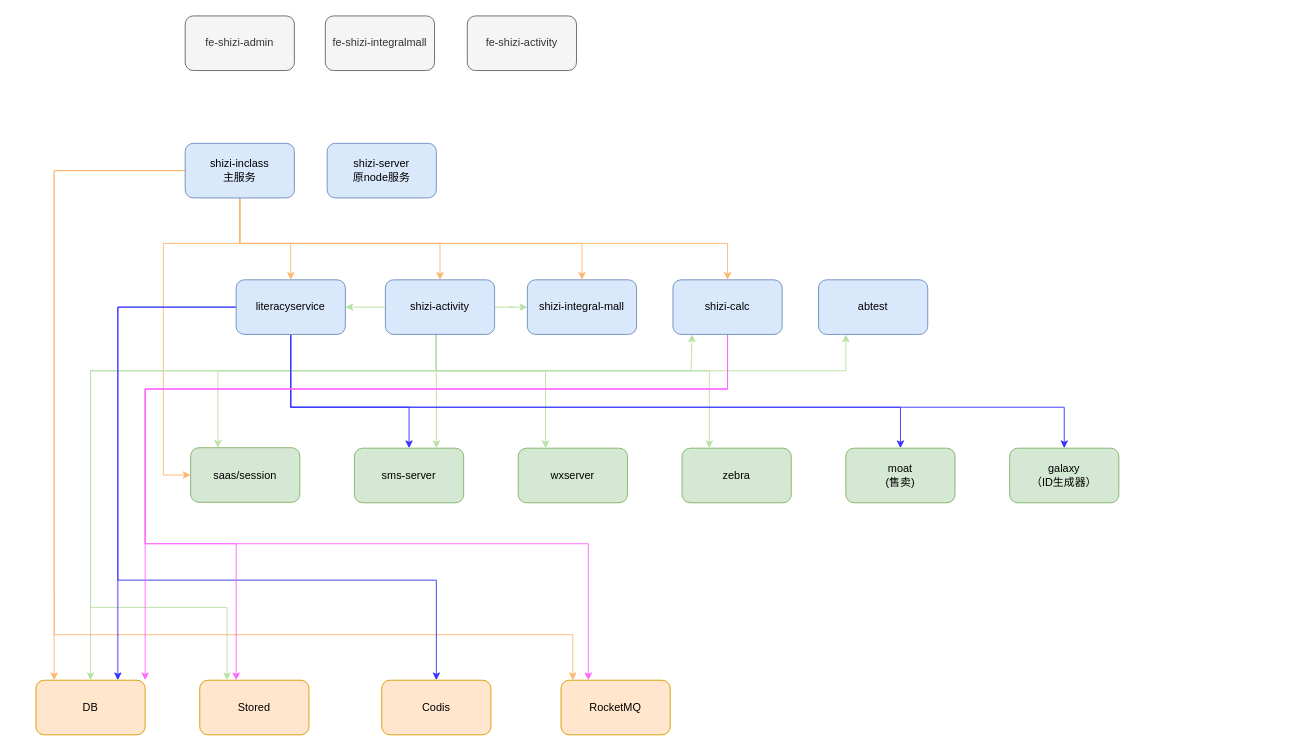
Before: 双云房置图.drawio in wgyuuu/flow_chart, a draw.io diagram. Source tidied: cells renumbered, new cells numbered last; positions are measured from the earlier drawing's top-left corner, leaving out a move shared by most shapes. Both pictures are drawn from the tidied source at 91%, with x=0, y=0 at pixel (35, 15).
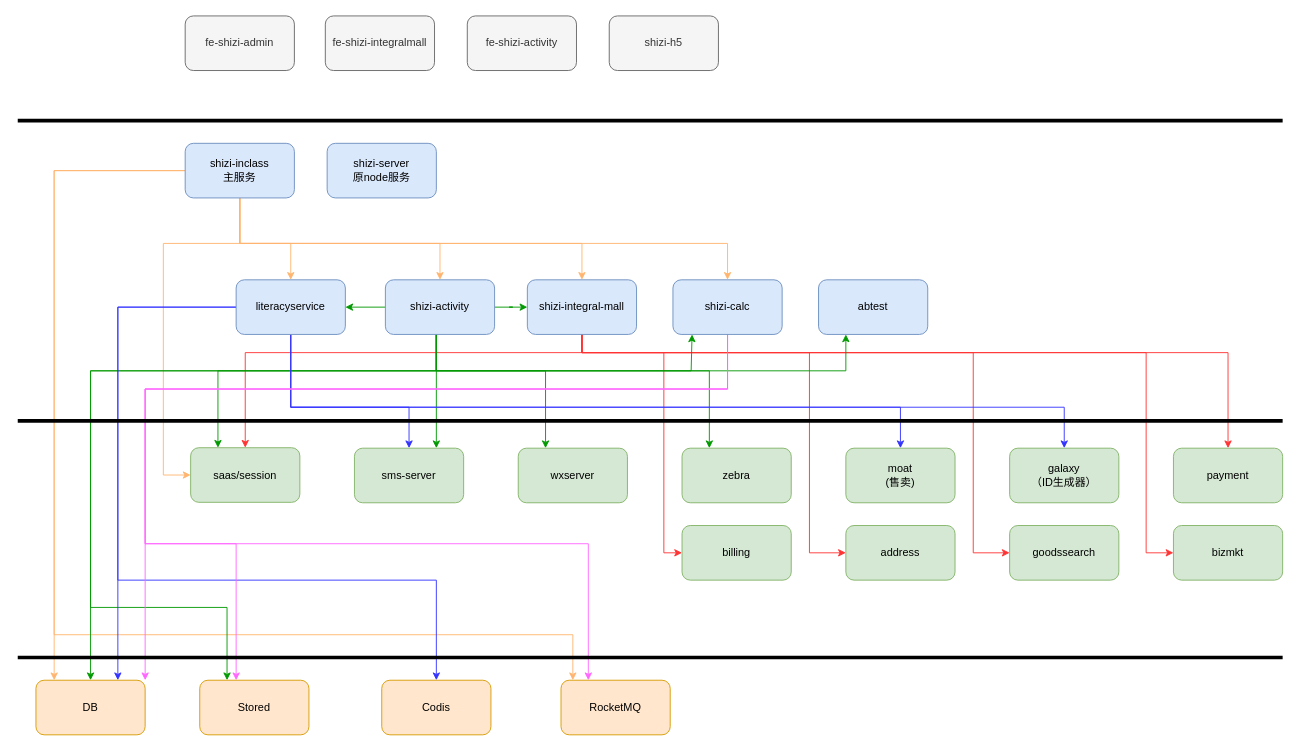
The same diagram, later.

Commit message (it also covers changes not shown here):
Update 双云房置图.drawio

Unchanged cells that the change refers to:
```xml
<mxCell id="11" value="shizi-integral-mall" style="rounded=1;whiteSpace=wrap;html=1;fillColor=#dae8fc;strokeColor=#6c8ebf;" parent="1" vertex="1">
  <mxGeometry x="540" y="290" width="120" height="60" as="geometry" />
</mxCell>
<mxCell id="22" value="shizi-activity" style="rounded=1;whiteSpace=wrap;html=1;fillColor=#dae8fc;strokeColor=#6c8ebf;" parent="1" vertex="1">
  <mxGeometry x="384" y="290" width="120" height="60" as="geometry" />
</mxCell>
<mxCell id="26" value="saas/session" style="rounded=1;whiteSpace=wrap;html=1;fillColor=#d5e8d4;strokeColor=#82b366;" parent="1" vertex="1">
  <mxGeometry x="170" y="474.5" width="120" height="60" as="geometry" />
</mxCell>
<mxCell id="32" value="literacyservice" style="rounded=1;whiteSpace=wrap;html=1;fillColor=#dae8fc;strokeColor=#6c8ebf;" parent="1" vertex="1">
  <mxGeometry x="220" y="290" width="120" height="60" as="geometry" />
</mxCell>
<mxCell id="36" value="shizi-calc" style="rounded=1;whiteSpace=wrap;html=1;fillColor=#dae8fc;strokeColor=#6c8ebf;" parent="1" vertex="1">
  <mxGeometry x="700" y="290" width="120" height="60" as="geometry" />
</mxCell>
<mxCell id="37" value="DB" style="rounded=1;whiteSpace=wrap;html=1;fillColor=#ffe6cc;strokeColor=#d79b00;" parent="1" vertex="1">
  <mxGeometry y="730" width="120" height="60" as="geometry" />
</mxCell>
<mxCell id="38" value="Stored" style="rounded=1;whiteSpace=wrap;html=1;fillColor=#ffe6cc;strokeColor=#d79b00;" parent="1" vertex="1">
  <mxGeometry x="180" y="730" width="120" height="60" as="geometry" />
</mxCell>
<mxCell id="41" value="sms-server" style="rounded=1;whiteSpace=wrap;html=1;fillColor=#d5e8d4;strokeColor=#82b366;" parent="1" vertex="1">
  <mxGeometry x="350" y="475" width="120" height="60" as="geometry" />
</mxCell>
<mxCell id="42" value="wxserver" style="rounded=1;whiteSpace=wrap;html=1;fillColor=#d5e8d4;strokeColor=#82b366;" parent="1" vertex="1">
  <mxGeometry x="530" y="475" width="120" height="60" as="geometry" />
</mxCell>
<mxCell id="43" value="abtest" style="rounded=1;whiteSpace=wrap;html=1;fillColor=#dae8fc;strokeColor=#6c8ebf;" parent="1" vertex="1">
  <mxGeometry x="860" y="290" width="120" height="60" as="geometry" />
</mxCell>
<mxCell id="44" value="zebra" style="rounded=1;whiteSpace=wrap;html=1;fillColor=#d5e8d4;strokeColor=#82b366;" parent="1" vertex="1">
  <mxGeometry x="710" y="475" width="120" height="60" as="geometry" />
</mxCell>
```

The edit, as a diff of the source:
```diff
@@
+    <mxCell id="47" style="edgeStyle=orthogonalEdgeStyle;rounded=0;jettySize=auto;html=1;entryX=0.5;entryY=0;entryDx=0;entryDy=0;strokeColor=#FF3333;" parent="1" edge="1" source="11" target="26">
+      <mxGeometry relative="1" as="geometry">
+        <Array as="points">
+          <mxPoint x="600" y="370" />
+          <mxPoint x="230" y="370" />
+        </Array>
+      </mxGeometry>
+    </mxCell>
+    <mxCell id="48" style="edgeStyle=orthogonalEdgeStyle;rounded=0;jettySize=auto;html=1;strokeColor=#FF3333;" parent="1" edge="1" source="11" target="53">
+      <mxGeometry relative="1" as="geometry">
+        <Array as="points">
+          <mxPoint x="600" y="370" />
+          <mxPoint x="690" y="370" />
+          <mxPoint x="690" y="590" />
+        </Array>
+      </mxGeometry>
+    </mxCell>
+    <mxCell id="49" style="edgeStyle=orthogonalEdgeStyle;rounded=0;jettySize=auto;html=1;entryX=0;entryY=0.5;entryDx=0;entryDy=0;strokeColor=#FF3333;" parent="1" edge="1" source="11" target="54">
+      <mxGeometry relative="1" as="geometry">
+        <Array as="points">
+          <mxPoint x="600" y="370" />
+          <mxPoint x="850" y="370" />
+          <mxPoint x="850" y="590" />
+        </Array>
+      </mxGeometry>
+    </mxCell>
+    <mxCell id="50" style="edgeStyle=orthogonalEdgeStyle;rounded=0;jettySize=auto;html=1;entryX=0;entryY=0.5;entryDx=0;entryDy=0;strokeColor=#FF3333;" parent="1" edge="1" source="11" target="57">
+      <mxGeometry relative="1" as="geometry">
+        <Array as="points">
+          <mxPoint x="600" y="370" />
+          <mxPoint x="1030" y="370" />
+          <mxPoint x="1030" y="590" />
+        </Array>
+      </mxGeometry>
+    </mxCell>
+    <mxCell id="51" style="edgeStyle=orthogonalEdgeStyle;rounded=0;jettySize=auto;html=1;entryX=0.5;entryY=0;entryDx=0;entryDy=0;strokeColor=#FF3333;" parent="1" edge="1" source="11" target="55">
+      <mxGeometry relative="1" as="geometry">
+        <Array as="points">
+          <mxPoint x="600" y="370" />
+          <mxPoint x="1310" y="370" />
+        </Array>
+      </mxGeometry>
+    </mxCell>
+    <mxCell id="52" style="edgeStyle=orthogonalEdgeStyle;rounded=0;jettySize=auto;html=1;entryX=0;entryY=0.5;entryDx=0;entryDy=0;strokeColor=#FF3333;" parent="1" edge="1" source="11" target="56">
+      <mxGeometry relative="1" as="geometry">
+        <Array as="points">
+          <mxPoint x="600" y="370" />
+          <mxPoint x="1220" y="370" />
+          <mxPoint x="1220" y="590" />
+        </Array>
+      </mxGeometry>
+    </mxCell>
@@
-    <mxCell id="12" style="edgeStyle=orthogonalEdgeStyle;rounded=0;jettySize=auto;html=1;entryX=0.175;entryY=1;entryDx=0;entryDy=0;strokeColor=#B9E0A5;entryPerimeter=0;" parent="1" edge="1" source="22" target="36">
+    <mxCell id="12" style="edgeStyle=orthogonalEdgeStyle;rounded=0;jettySize=auto;html=1;entryX=0.175;entryY=1;entryDx=0;entryDy=0;entryPerimeter=0;strokeColor=#009900;" parent="1" edge="1" source="22" target="36">
       <mxGeometry relative="1" as="geometry">
         <Array as="points">
           <mxPoint x="440" y="390" />
           <mxPoint x="720" y="390" />
         </Array>
       </mxGeometry>
     </mxCell>
-    <mxCell id="13" style="edgeStyle=orthogonalEdgeStyle;rounded=0;jettySize=auto;html=1;entryX=0;entryY=0.5;entryDx=0;entryDy=0;strokeColor=#B9E0A5;" parent="1" edge="1" source="22" target="11">
+    <mxCell id="13" style="edgeStyle=orthogonalEdgeStyle;rounded=0;jettySize=auto;html=1;entryX=0;entryY=0.5;entryDx=0;entryDy=0;strokeColor=#009900;" parent="1" edge="1" source="22" target="11">
       <mxGeometry relative="1" as="geometry" />
     </mxCell>
-    <mxCell id="14" style="edgeStyle=orthogonalEdgeStyle;rounded=0;jettySize=auto;html=1;entryX=0.25;entryY=0;entryDx=0;entryDy=0;strokeColor=#B9E0A5;" parent="1" edge="1" source="22" target="26">
+    <mxCell id="14" style="edgeStyle=orthogonalEdgeStyle;rounded=0;jettySize=auto;html=1;entryX=0.25;entryY=0;entryDx=0;entryDy=0;strokeColor=#009900;" parent="1" edge="1" source="22" target="26">
       <mxGeometry relative="1" as="geometry">
         <Array as="points">
           <mxPoint x="440" y="390" />
           <mxPoint x="200" y="390" />
         </Array>
       </mxGeometry>
     </mxCell>
-    <mxCell id="15" style="edgeStyle=orthogonalEdgeStyle;rounded=0;jettySize=auto;html=1;strokeColor=#B9E0A5;entryX=0.75;entryY=0;entryDx=0;entryDy=0;" parent="1" edge="1" source="22" target="41">
+    <mxCell id="15" style="edgeStyle=orthogonalEdgeStyle;rounded=0;jettySize=auto;html=1;entryX=0.75;entryY=0;entryDx=0;entryDy=0;strokeColor=#009900;" parent="1" edge="1" source="22" target="41">
       <mxGeometry relative="1" as="geometry">
         <Array as="points">
           <mxPoint x="440" y="380" />
           <mxPoint x="440" y="380" />
         </Array>
       </mxGeometry>
     </mxCell>
-    <mxCell id="16" style="edgeStyle=orthogonalEdgeStyle;rounded=0;jettySize=auto;html=1;entryX=0.25;entryY=0;entryDx=0;entryDy=0;strokeColor=#B9E0A5;" parent="1" edge="1" source="22" target="42">
+    <mxCell id="16" style="edgeStyle=orthogonalEdgeStyle;rounded=0;jettySize=auto;html=1;entryX=0.25;entryY=0;entryDx=0;entryDy=0;strokeColor=#009900;" parent="1" edge="1" source="22" target="42">
       <mxGeometry relative="1" as="geometry">
         <Array as="points">
           <mxPoint x="440" y="390" />
           <mxPoint x="560" y="390" />
         </Array>
       </mxGeometry>
     </mxCell>
-    <mxCell id="17" style="edgeStyle=orthogonalEdgeStyle;rounded=0;jettySize=auto;html=1;strokeColor=#B9E0A5;" parent="1" edge="1" source="22" target="32">
+    <mxCell id="17" style="edgeStyle=orthogonalEdgeStyle;rounded=0;jettySize=auto;html=1;strokeColor=#009900;" parent="1" edge="1" source="22" target="32">
       <mxGeometry relative="1" as="geometry" />
     </mxCell>
-    <mxCell id="18" style="edgeStyle=orthogonalEdgeStyle;rounded=0;jettySize=auto;html=1;entryX=0.25;entryY=1;entryDx=0;entryDy=0;strokeColor=#B9E0A5;" parent="1" edge="1" source="22" target="43">
+    <mxCell id="18" style="edgeStyle=orthogonalEdgeStyle;rounded=0;jettySize=auto;html=1;entryX=0.25;entryY=1;entryDx=0;entryDy=0;strokeColor=#009900;" parent="1" edge="1" source="22" target="43">
       <mxGeometry relative="1" as="geometry">
         <Array as="points">
           <mxPoint x="440" y="390" />
           <mxPoint x="890" y="390" />
         </Array>
       </mxGeometry>
     </mxCell>
-    <mxCell id="19" style="edgeStyle=orthogonalEdgeStyle;rounded=0;jettySize=auto;html=1;entryX=0.25;entryY=0;entryDx=0;entryDy=0;strokeColor=#B9E0A5;" parent="1" edge="1" source="22" target="44">
+    <mxCell id="19" style="edgeStyle=orthogonalEdgeStyle;rounded=0;jettySize=auto;html=1;entryX=0.25;entryY=0;entryDx=0;entryDy=0;strokeColor=#009900;" parent="1" edge="1" source="22" target="44">
       <mxGeometry relative="1" as="geometry">
         <Array as="points">
           <mxPoint x="440" y="390" />
           <mxPoint x="740" y="390" />
         </Array>
       </mxGeometry>
     </mxCell>
-    <mxCell id="20" style="edgeStyle=orthogonalEdgeStyle;rounded=0;jettySize=auto;html=1;strokeColor=#B9E0A5;" parent="1" edge="1" source="22" target="37">
+    <mxCell id="20" style="edgeStyle=orthogonalEdgeStyle;rounded=0;jettySize=auto;html=1;strokeColor=#009900;" parent="1" edge="1" source="22" target="37">
       <mxGeometry relative="1" as="geometry">
         <Array as="points">
           <mxPoint x="440" y="390" />
           <mxPoint x="60" y="390" />
         </Array>
       </mxGeometry>
     </mxCell>
-    <mxCell id="21" style="edgeStyle=orthogonalEdgeStyle;rounded=0;jettySize=auto;html=1;entryX=0.25;entryY=0;entryDx=0;entryDy=0;strokeColor=#B9E0A5;" parent="1" edge="1" source="22" target="38">
+    <mxCell id="21" style="edgeStyle=orthogonalEdgeStyle;rounded=0;jettySize=auto;html=1;entryX=0.25;entryY=0;entryDx=0;entryDy=0;strokeColor=#009900;" parent="1" edge="1" source="22" target="38">
       <mxGeometry relative="1" as="geometry">
         <Array as="points">
           <mxPoint x="440" y="390" />
           <mxPoint x="60" y="390" />
           <mxPoint x="60" y="650" />
           <mxPoint x="210" y="650" />
         </Array>
       </mxGeometry>
     </mxCell>
@@
+    <mxCell id="53" value="billing" style="rounded=1;whiteSpace=wrap;html=1;fillColor=#d5e8d4;strokeColor=#82b366;" parent="1" vertex="1">
+      <mxGeometry x="710" y="560" width="120" height="60" as="geometry" />
+    </mxCell>
+    <mxCell id="54" value="address" style="rounded=1;whiteSpace=wrap;html=1;fillColor=#d5e8d4;strokeColor=#82b366;" parent="1" vertex="1">
+      <mxGeometry x="890" y="560" width="120" height="60" as="geometry" />
+    </mxCell>
+    <mxCell id="55" value="payment" style="rounded=1;whiteSpace=wrap;html=1;fillColor=#d5e8d4;strokeColor=#82b366;" parent="1" vertex="1">
+      <mxGeometry x="1250" y="475" width="120" height="60" as="geometry" />
+    </mxCell>
+    <mxCell id="56" value="bizmkt" style="rounded=1;whiteSpace=wrap;html=1;fillColor=#d5e8d4;strokeColor=#82b366;" parent="1" vertex="1">
+      <mxGeometry x="1250" y="560" width="120" height="60" as="geometry" />
+    </mxCell>
+    <mxCell id="57" value="goodssearch" style="rounded=1;whiteSpace=wrap;html=1;fillColor=#d5e8d4;strokeColor=#82b366;" parent="1" vertex="1">
+      <mxGeometry x="1070" y="560" width="120" height="60" as="geometry" />
+    </mxCell>
+    <mxCell id="58" value="shizi-h5" style="rounded=1;whiteSpace=wrap;html=1;fillColor=#f5f5f5;strokeColor=#666666;fontColor=#333333;" parent="1" vertex="1">
+      <mxGeometry x="630" width="120" height="60" as="geometry" />
+    </mxCell>
+    <mxCell id="59" style="line;strokeWidth=4;html=1;perimeter=backbonePerimeter;" parent="1" vertex="1">
+      <mxGeometry x="-20" y="110" width="1390" height="10" as="geometry" />
+    </mxCell>
+    <mxCell id="60" style="line;strokeWidth=4;html=1;perimeter=backbonePerimeter;" parent="1" vertex="1">
+      <mxGeometry x="-20" y="440" width="1390" height="10" as="geometry" />
+    </mxCell>
+    <mxCell id="61" style="line;strokeWidth=4;html=1;perimeter=backbonePerimeter;" parent="1" vertex="1">
+      <mxGeometry x="-20" y="700" width="1390" height="10" as="geometry" />
+    </mxCell>
```
